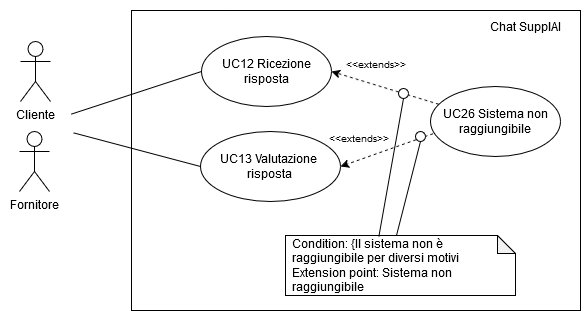
CodeHex16/documentazione keeps this draw.io diagram as 2 - RTB/imgs/ricezione-valutazione-risposta.png. Above is the earlier version. Source tidied: cells renumbered, new cells last; positions are measured from the earlier drawing's top-left corner, leaving out a move shared by most shapes.
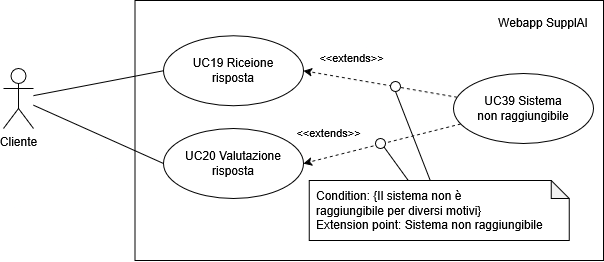
Later version of the same file.

The edit, as a diff of the source:
```diff
@@ -2,65 +2,60 @@
   <root>
     <mxCell id="0" />
     <mxCell id="1" parent="0" />
-    <mxCell id="2" style="rounded=0;whiteSpace=wrap;html=1;fillColor=none;align=right;strokeColor=none;" parent="1" vertex="1">
-      <mxGeometry y="21" width="70" height="200" as="geometry" />
+    <mxCell id="2" style="rounded=0;whiteSpace=wrap;html=1;fillColor=none;align=right;" parent="1" vertex="1">
+      <mxGeometry x="-1988.5" y="-30" width="468.5" height="260" as="geometry" />
     </mxCell>
-    <mxCell id="3" value="&lt;font style=&quot;font-size: 10px;&quot;&gt;&amp;lt;&amp;lt;extends&amp;gt;&amp;gt;&lt;/font&gt;" style="text;html=1;whiteSpace=wrap;overflow=hidden;rounded=0;" parent="1" vertex="1">
-      <mxGeometry x="343.5" y="50" width="71" height="30" as="geometry" />
+    <mxCell id="3" value="Cliente" style="shape=umlActor;verticalLabelPosition=bottom;verticalAlign=top;html=1;outlineConnect=0;" parent="1" vertex="1">
+      <mxGeometry x="-2120" y="38" width="30" height="60" as="geometry" />
     </mxCell>
-    <mxCell id="4" style="rounded=0;whiteSpace=wrap;html=1;fillColor=none;align=right;" parent="1" vertex="1">
-      <mxGeometry x="131" y="10" width="449" height="300" as="geometry" />
+    <mxCell id="4" value="&lt;div&gt;UC19 Riceione&lt;/div&gt;&lt;div&gt;risposta&lt;/div&gt;" style="ellipse;whiteSpace=wrap;html=1;" parent="1" vertex="1">
+      <mxGeometry x="-1960" y="5.2" width="140" height="70" as="geometry" />
     </mxCell>
-    <mxCell id="5" value="Cliente" style="shape=umlActor;verticalLabelPosition=bottom;verticalAlign=top;html=1;" parent="1" vertex="1">
-      <mxGeometry x="20" y="41" width="30" height="60" as="geometry" />
+    <mxCell id="5" value="Webapp SupplAI" style="text;html=1;align=center;verticalAlign=middle;whiteSpace=wrap;rounded=0;" parent="1" vertex="1">
+      <mxGeometry x="-1640" y="-23" width="120" height="30" as="geometry" />
     </mxCell>
-    <mxCell id="6" value="UC12 Ricezione risposta" style="ellipse;whiteSpace=wrap;html=1;" parent="1" vertex="1">
-      <mxGeometry x="201" y="36" width="130" height="70" as="geometry" />
+    <mxCell id="6" style="endArrow=none;html=1;rounded=0;entryX=0;entryY=0.5;entryDx=0;entryDy=0;" parent="1" edge="1" source="3" target="4">
+      <mxGeometry relative="1" as="geometry" />
     </mxCell>
-    <mxCell id="7" style="endArrow=none;html=1;rounded=0;entryX=0;entryY=0.5;entryDx=0;entryDy=0;exitX=1.013;exitY=0.463;exitDx=0;exitDy=0;exitPerimeter=0;" parent="1" edge="1" source="2" target="6">
-      <mxGeometry relative="1" as="geometry" />
+    <mxCell id="7" value="&lt;div&gt;UC20 Valutazione&lt;/div&gt;&lt;div&gt;risposta&lt;/div&gt;" style="ellipse;whiteSpace=wrap;html=1;" parent="1" vertex="1">
+      <mxGeometry x="-1960" y="98" width="140" height="70" as="geometry" />
     </mxCell>
-    <mxCell id="8" value="&lt;div&gt;UC13 Valutazione&amp;nbsp;&lt;/div&gt;&lt;div&gt;risposta&lt;br&gt;&lt;/div&gt;" style="ellipse;whiteSpace=wrap;html=1;" parent="1" vertex="1">
-      <mxGeometry x="200" y="131" width="140" height="70" as="geometry" />
+    <mxCell id="8" style="endArrow=none;html=1;rounded=0;entryX=0;entryY=0.5;entryDx=0;entryDy=0;" parent="1" edge="1" source="3" target="7">
+      <mxGeometry relative="1" as="geometry" />
     </mxCell>
-    <mxCell id="9" value="Chat SupplAI" style="text;html=1;align=center;verticalAlign=middle;whiteSpace=wrap;rounded=0;" parent="1" vertex="1">
-      <mxGeometry x="465" y="11" width="120" height="30" as="geometry" />
+    <mxCell id="9" style="rounded=0;jettySize=auto;html=1;entryX=1;entryY=0.5;entryDx=0;entryDy=0;dashed=1;" parent="1" edge="1" source="13" target="4">
+      <mxGeometry relative="1" as="geometry" />
     </mxCell>
-    <mxCell id="10" style="rounded=0;whiteSpace=wrap;html=1;fillColor=none;strokeColor=none;" parent="1" vertex="1">
-      <mxGeometry x="40" width="10" height="45" as="geometry" />
+    <mxCell id="10" value="&amp;lt;&amp;lt;extends&amp;gt;&amp;gt;" style="edgeLabel;html=1;align=center;verticalAlign=middle;" parent="9" vertex="1">
+      <mxGeometry x="0.47" relative="1" as="geometry">
+        <mxPoint x="7" y="-21" as="offset" />
+      </mxGeometry>
     </mxCell>
-    <mxCell id="11" style="endArrow=none;html=1;rounded=0;entryX=0;entryY=0.5;entryDx=0;entryDy=0;exitX=1.046;exitY=0.557;exitDx=0;exitDy=0;exitPerimeter=0;" parent="1" edge="1" source="2" target="8">
+    <mxCell id="11" style="rounded=0;jettySize=auto;html=1;entryX=1;entryY=0.5;entryDx=0;entryDy=0;dashed=1;" parent="1" edge="1" source="13" target="7">
       <mxGeometry relative="1" as="geometry" />
     </mxCell>
-    <mxCell id="12" value="Fornitore" style="shape=umlActor;verticalLabelPosition=bottom;verticalAlign=top;html=1;" parent="1" vertex="1">
-      <mxGeometry x="19" y="131" width="30" height="60" as="geometry" />
+    <mxCell id="12" value="&amp;lt;&amp;lt;extends&amp;gt;&amp;gt;" style="edgeLabel;html=1;align=center;verticalAlign=middle;" parent="11" vertex="1">
+      <mxGeometry x="0.72" y="-4" relative="1" as="geometry">
+        <mxPoint x="4" y="-22" as="offset" />
+      </mxGeometry>
     </mxCell>
-    <mxCell id="13" style="rounded=0;jettySize=auto;html=1;entryX=1;entryY=0.5;entryDx=0;entryDy=0;dashed=1;" parent="1" edge="1" source="14" target="6">
-      <mxGeometry relative="1" as="geometry" />
+    <mxCell id="13" value="&lt;div&gt;UC39 Sistema&lt;/div&gt;&lt;div&gt;non raggiungibile&lt;/div&gt;" style="ellipse;whiteSpace=wrap;html=1;" parent="1" vertex="1">
+      <mxGeometry x="-1670" y="43" width="140" height="70" as="geometry" />
     </mxCell>
-    <mxCell id="14" value="&lt;div&gt;UC26 Sistema non&lt;/div&gt;&lt;div&gt;raggiungibile&lt;br&gt;&lt;/div&gt;" style="ellipse;whiteSpace=wrap;html=1;" parent="1" vertex="1">
-      <mxGeometry x="430" y="86" width="130" height="70" as="geometry" />
+    <mxCell id="14" value="&lt;div align=&quot;left&quot; style=&quot;padding-left: 5px;&quot;&gt;Condition: {Il sistema non è &lt;br&gt;raggiungibile per diversi motivi}&lt;/div&gt;&lt;div align=&quot;left&quot; style=&quot;padding-left: 5px;&quot;&gt;Extension point: Sistema non raggiungibile&lt;/div&gt;" style="shape=note;whiteSpace=wrap;html=1;backgroundOutline=1;darkOpacity=0.05;size=18;align=left;" parent="1" vertex="1">
+      <mxGeometry x="-1814.2" y="150" width="260" height="60" as="geometry" />
     </mxCell>
-    <mxCell id="15" style="rounded=0;jettySize=auto;html=1;entryX=1;entryY=0.5;entryDx=0;entryDy=0;dashed=1;exitX=0.02;exitY=0.674;exitDx=0;exitDy=0;exitPerimeter=0;" parent="1" edge="1" source="14" target="8">
-      <mxGeometry relative="1" as="geometry" />
+    <mxCell id="15" style="ellipse;whiteSpace=wrap;html=1;" parent="1" vertex="1">
+      <mxGeometry x="-1748" y="108" width="10" height="10" as="geometry" />
     </mxCell>
-    <mxCell id="16" style="endArrow=none;html=1;rounded=0;exitX=0;exitY=0;exitDx=111;exitDy=0;exitPerimeter=0;entryX=0.5;entryY=1;entryDx=0;entryDy=0;" parent="1" edge="1" source="18" target="17">
+    <mxCell id="16" style="rounded=0;jettySize=auto;html=1;endArrow=none;endFill=0;endSize=20;startFill=0;entryX=1;entryY=1;entryDx=0;entryDy=0;exitX=0.38;exitY=-0.005;exitDx=0;exitDy=0;exitPerimeter=0;" parent="1" edge="1" source="14" target="15">
       <mxGeometry relative="1" as="geometry" />
     </mxCell>
     <mxCell id="17" style="ellipse;whiteSpace=wrap;html=1;" parent="1" vertex="1">
-      <mxGeometry x="415" y="131" width="10" height="10" as="geometry" />
+      <mxGeometry x="-1733" y="51" width="10" height="10" as="geometry" />
     </mxCell>
-    <mxCell id="18" value="&lt;div align=&quot;left&quot; style=&quot;padding-left: 5px;&quot;&gt;Condition: {Il sistema non è &lt;br&gt;&lt;/div&gt;&lt;div align=&quot;left&quot; style=&quot;padding-left: 5px;&quot;&gt;raggiungibile per diversi motivi&lt;br&gt;&lt;/div&gt;&lt;div align=&quot;left&quot; style=&quot;padding-left: 5px;&quot;&gt;Extension point: Sistema non raggiungibile&lt;br&gt;&lt;/div&gt;" style="shape=note;whiteSpace=wrap;html=1;backgroundOutline=1;darkOpacity=0.05;size=18;align=left;" parent="1" vertex="1">
-      <mxGeometry x="285" y="235" width="230" height="60" as="geometry" />
+    <mxCell id="18" style="rounded=0;jettySize=auto;html=1;endArrow=none;endFill=0;endSize=20;startFill=0;entryX=0.5;entryY=1;entryDx=0;entryDy=0;exitX=0;exitY=0;exitDx=121;exitDy=0;exitPerimeter=0;" parent="1" edge="1" source="14" target="17">
+      <mxGeometry relative="1" as="geometry" />
     </mxCell>
-    <mxCell id="19" style="ellipse;whiteSpace=wrap;html=1;" parent="1" vertex="1">
-      <mxGeometry x="398" y="88" width="10" height="10" as="geometry" />
-    </mxCell>
-    <mxCell id="20" style="endArrow=none;html=1;rounded=0;exitX=0.406;exitY=0.015;exitDx=0;exitDy=0;exitPerimeter=0;entryX=0.5;entryY=1;entryDx=0;entryDy=0;" parent="1" edge="1" source="18" target="19">
-      <mxGeometry relative="1" as="geometry" />
-    </mxCell>
-    <mxCell id="21" value="&lt;font style=&quot;font-size: 10px;&quot;&gt;&amp;lt;&amp;lt;extends&amp;gt;&amp;gt;&lt;/font&gt;" style="text;html=1;whiteSpace=wrap;overflow=hidden;rounded=0;" parent="1" vertex="1">
-      <mxGeometry x="327" y="124" width="71" height="30" as="geometry" />
-    </mxCell>
   </root>
 </mxGraphModel>
```
